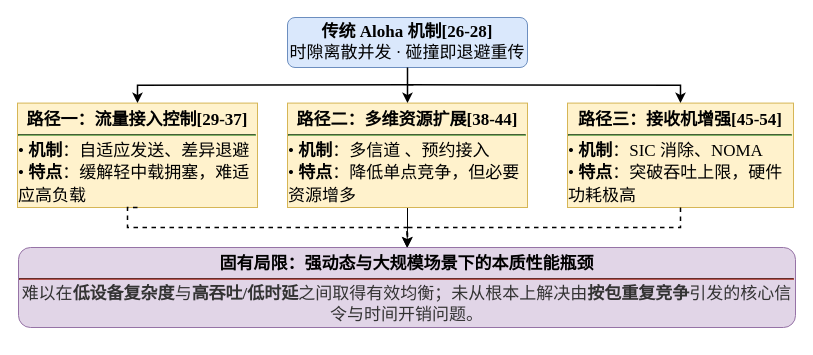
Earlier version of the draw.io diagram page "Aloha类随机接入协议研究技术脉络" (5 of 14) of drawio流程框图.drawio (Aworrier/zzzwl-big_paper). Source tidied: cells renumbered, new cells numbered last; positions are measured from the earlier drawing's top-left corner, leaving out a move shared by most shapes. Both pictures are drawn from the tidied source at 100%, with x=0, y=0 at pixel (17, 17).
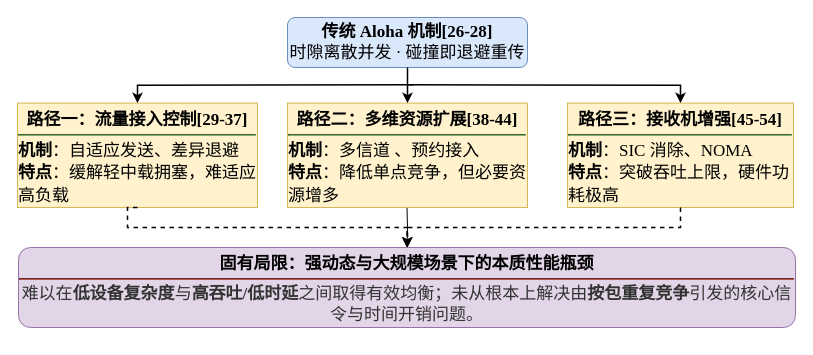
Above is the later version.

Diff of the diagram source:
```diff
@@
 <mxGraphModel>
   <root>
     <mxCell id="0" />
     <mxCell id="1" parent="0" />
     <mxCell id="2" style="group;" parent="1" vertex="1">
       <mxGeometry width="778" height="320" as="geometry" />
     </mxCell>
     <mxCell id="3" value="&lt;b&gt;传统 Aloha 机制[26-28]&lt;/b&gt;&lt;br&gt;&lt;span&gt;时隙离散并发 · 碰撞即退避重传&lt;/span&gt;" style="rounded=1;whiteSpace=wrap;html=1;align=center;fontFamily=Times New Roman, SimSun;labelBackgroundColor=none;fontSize=17;fillColor=#dae8fc;strokeColor=#6c8ebf;flipH=1;legacyAnchorPoints=0;" parent="2" vertex="1">
       <mxGeometry x="270" width="240" height="50" as="geometry" />
     </mxCell>
-    <mxCell id="4" value="&lt;b&gt;路径一：流量接入控制[29-37]&lt;/b&gt;&lt;hr style=&quot;border-color:#82b366;margin:4px 0;&quot;&gt;&lt;div style=&quot;text-align: left; line-height: 1.3;&quot;&gt;• &lt;b&gt;机制&lt;/b&gt;：自适应发送、&lt;span style=&quot;background-color: transparent; color: light-dark(rgb(0, 0, 0), rgb(255, 255, 255));&quot;&gt;差异退避&lt;/span&gt;&lt;/div&gt;&lt;div style=&quot;text-align: left; line-height: 1.3;&quot;&gt;• &lt;b&gt;特点&lt;/b&gt;：缓解轻中载拥塞，难适应高负载&lt;/div&gt;" style="rounded=0;whiteSpace=wrap;html=1;align=center;verticalAlign=top;paddingTop=6;paddingLeft=8;paddingRight=8;fontFamily=Times New Roman, SimSun;labelBackgroundColor=none;fontSize=17;fillColor=#fff2cc;strokeColor=#d6b656;" parent="2" vertex="1">
+    <mxCell id="4" value="&lt;b&gt;路径一：流量接入控制[29-37]&lt;/b&gt;&lt;hr style=&quot;border-color:#82b366;margin:4px 0;&quot;&gt;&lt;div style=&quot;text-align: left; line-height: 1.3;&quot;&gt;&lt;b&gt;机制&lt;/b&gt;：自适应发送、&lt;span style=&quot;background-color: transparent; color: light-dark(rgb(0, 0, 0), rgb(255, 255, 255));&quot;&gt;差异退避&lt;/span&gt;&lt;/div&gt;&lt;div style=&quot;text-align: left; line-height: 1.3;&quot;&gt;&lt;b&gt;特点&lt;/b&gt;：缓解轻中载拥塞，难适应高负载&lt;/div&gt;" style="rounded=0;whiteSpace=wrap;html=1;align=center;verticalAlign=top;paddingTop=6;paddingLeft=8;paddingRight=8;fontFamily=Times New Roman, SimSun;labelBackgroundColor=none;fontSize=17;fillColor=#fff2cc;strokeColor=#d6b656;" parent="2" vertex="1">
       <mxGeometry y="85.6" width="240" height="104.4" as="geometry" />
     </mxCell>
-    <mxCell id="5" style="edgeStyle=orthogonalEdgeStyle;rounded=0;jettySize=auto;html=1;exitX=0.5;exitY=1;exitDx=0;exitDy=0;entryX=0.5;entryY=0;entryDx=0;entryDy=0;" parent="2" edge="1" source="6" target="8">
-      <mxGeometry relative="1" as="geometry" />
+    <mxCell id="5" style="edgeStyle=orthogonalEdgeStyle;rounded=0;orthogonalLoop=1;jettySize=auto;html=1;exitX=0.5;exitY=1;exitDx=0;exitDy=0;entryX=0.5;entryY=0;entryDx=0;entryDy=0;" parent="2" edge="1">
+      <mxGeometry relative="1" as="geometry">
+        <mxPoint x="389.5" y="190" as="sourcePoint" />
+        <mxPoint x="389.5" y="230" as="targetPoint" />
+      </mxGeometry>
     </mxCell>
-    <mxCell id="6" value="&lt;b&gt;路径二：多维资源扩展[38-44]&lt;/b&gt;&lt;hr style=&quot;border-color:#82b366;margin:4px 0;&quot;&gt;&lt;div style=&quot;text-align: left; line-height: 1.3;&quot;&gt;• &lt;b&gt;机制&lt;/b&gt;：多信道 、预约接入&lt;br&gt;• &lt;b&gt;特点&lt;/b&gt;：降低单点竞争，但必要资源增多&lt;/div&gt;" style="rounded=0;whiteSpace=wrap;html=1;align=center;verticalAlign=top;paddingTop=6;paddingLeft=8;paddingRight=8;fontFamily=Times New Roman, SimSun;labelBackgroundColor=none;fontSize=17;fillColor=#fff2cc;strokeColor=#d6b656;" parent="2" vertex="1">
+    <mxCell id="6" value="&lt;b&gt;路径二：多维资源扩展[38-44]&lt;/b&gt;&lt;hr style=&quot;border-color:#82b366;margin:4px 0;&quot;&gt;&lt;div style=&quot;text-align: left; line-height: 1.3;&quot;&gt;&lt;b&gt;机制&lt;/b&gt;：多信道 、预约接入&lt;br&gt;&lt;b&gt;特点&lt;/b&gt;：降低单点竞争，但必要资源增多&lt;/div&gt;" style="rounded=0;whiteSpace=wrap;html=1;align=center;verticalAlign=top;paddingTop=6;paddingLeft=8;paddingRight=8;fontFamily=Times New Roman, SimSun;labelBackgroundColor=none;fontSize=17;fillColor=#fff2cc;strokeColor=#d6b656;" parent="2" vertex="1">
       <mxGeometry x="270" y="85.6" width="240" height="104.4" as="geometry" />
     </mxCell>
-    <mxCell id="7" value="&lt;b&gt;路径三：接收机增强[45-54]&lt;/b&gt;&lt;hr style=&quot;border-color:#82b366;margin:4px 0;&quot;&gt;&lt;div style=&quot;text-align: left; line-height: 1.3;&quot;&gt;• &lt;b&gt;机制&lt;/b&gt;：SIC 消除、NOMA&lt;br&gt;• &lt;b&gt;特点&lt;/b&gt;：突破吞吐上限，硬件功耗极高&lt;/div&gt;" style="rounded=0;whiteSpace=wrap;html=1;align=center;verticalAlign=top;paddingTop=6;paddingLeft=8;paddingRight=8;fontFamily=Times New Roman, SimSun;labelBackgroundColor=none;fontSize=17;fillColor=#fff2cc;strokeColor=#d6b656;" parent="2" vertex="1">
+    <mxCell id="7" value="&lt;b&gt;路径三：接收机增强[45-54]&lt;/b&gt;&lt;hr style=&quot;border-color:#82b366;margin:4px 0;&quot;&gt;&lt;div style=&quot;text-align: left; line-height: 1.3;&quot;&gt;&lt;b&gt;机制&lt;/b&gt;：SIC 消除、NOMA&lt;br&gt;&lt;b&gt;特点&lt;/b&gt;：突破吞吐上限，硬件功耗极高&lt;/div&gt;" style="rounded=0;whiteSpace=wrap;html=1;align=center;verticalAlign=top;paddingTop=6;paddingLeft=8;paddingRight=8;fontFamily=Times New Roman, SimSun;labelBackgroundColor=none;fontSize=17;fillColor=#fff2cc;strokeColor=#d6b656;" parent="2" vertex="1">
       <mxGeometry x="550" y="85.6" width="226" height="104.4" as="geometry" />
     </mxCell>
     <mxCell id="8" value="&lt;b&gt;&lt;font&gt;固有局限：强动态与大规模场景下的本质性能瓶颈&lt;/font&gt;&lt;/b&gt;&lt;hr style=&quot;border-color:#b85450;margin:4px 0;&quot;&gt;&lt;div style=&quot;text-align: center; color: rgb(51, 51, 51);&quot;&gt;难以在&lt;b&gt;低设备复杂度&lt;/b&gt;与&lt;b&gt;高吞吐/低时延&lt;/b&gt;之间取得有效均衡；未从根本上解决由&lt;b&gt;按包重复竞争&lt;/b&gt;引发的核心信令与时间开销问题。&lt;/div&gt;" style="rounded=1;whiteSpace=wrap;html=1;align=center;verticalAlign=top;paddingTop=6;fontFamily=Times New Roman, SimSun;labelBackgroundColor=none;fontSize=17;fillColor=#e1d5e7;strokeColor=#9673a6;flipH=1;legacyAnchorPoints=0;" parent="2" vertex="1">
       <mxGeometry x="1" y="230" width="777" height="80" as="geometry" />
     </mxCell>
     <mxCell id="9" style="edgeStyle=orthogonalEdgeStyle;rounded=0;strokeWidth=1.5;labelBackgroundColor=none;fontColor=default;fontSize=17;entryX=0.5;entryY=0;entryDx=0;entryDy=0;" parent="2" edge="1" target="4">
       <mxGeometry relative="1" as="geometry">
         <mxPoint x="396" y="67.2" as="sourcePoint" />
       </mxGeometry>
     </mxCell>
     <mxCell id="10" style="edgeStyle=orthogonalEdgeStyle;rounded=0;strokeWidth=1.5;labelBackgroundColor=none;fontColor=default;fontSize=17;" parent="2" edge="1" source="3" target="6">
       <mxGeometry relative="1" as="geometry" />
     </mxCell>
     <mxCell id="11" style="edgeStyle=orthogonalEdgeStyle;rounded=0;strokeWidth=1.5;labelBackgroundColor=none;fontColor=default;fontSize=17;entryX=0.5;entryY=0;entryDx=0;entryDy=0;" parent="2" edge="1" target="7">
       <mxGeometry relative="1" as="geometry">
         <mxPoint x="390" y="67.2" as="sourcePoint" />
       </mxGeometry>
     </mxCell>
     <mxCell id="12" style="edgeStyle=orthogonalEdgeStyle;rounded=0;strokeWidth=1.5;dashed=1;labelBackgroundColor=none;fontColor=default;fontSize=17;exitX=0.5;exitY=1;exitDx=0;exitDy=0;curved=0;" parent="2" edge="1" source="4" target="8">
       <mxGeometry relative="1" as="geometry">
         <Array as="points">
           <mxPoint x="110" y="190" />
           <mxPoint x="110" y="210" />
           <mxPoint x="390" y="210" />
         </Array>
       </mxGeometry>
     </mxCell>
     <mxCell id="13" style="edgeStyle=orthogonalEdgeStyle;rounded=0;strokeWidth=1.5;dashed=1;labelBackgroundColor=none;fontColor=default;fontSize=17;exitX=0.5;exitY=1;exitDx=0;exitDy=0;" parent="2" edge="1" source="7" target="8">
       <mxGeometry relative="1" as="geometry" />
     </mxCell>
   </root>
 </mxGraphModel>
```
